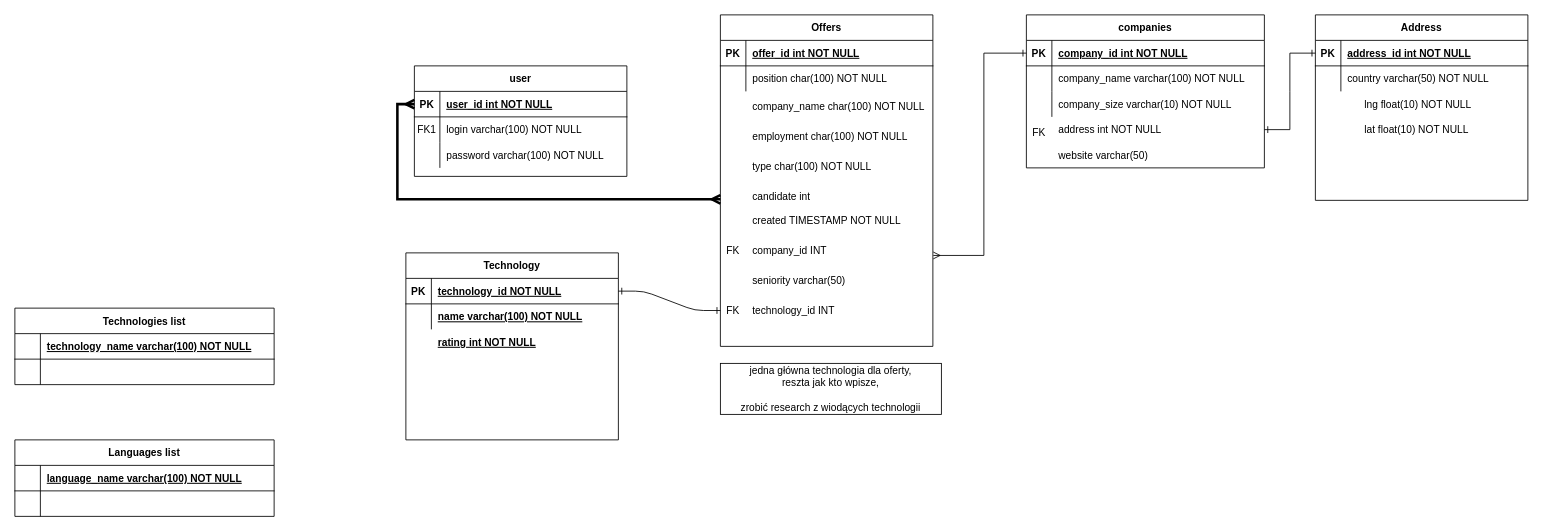
Above: schema/db.drawio in Future-Developers-Lab/Skill-Up (draw.io), before the change. Source tidied: cells renumbered, new cells numbered last; positions are measured from the earlier drawing's top-left corner, leaving out a move shared by most shapes. Both pictures are drawn from the tidied source at 85%, with x=0, y=0 at pixel (14, 14).
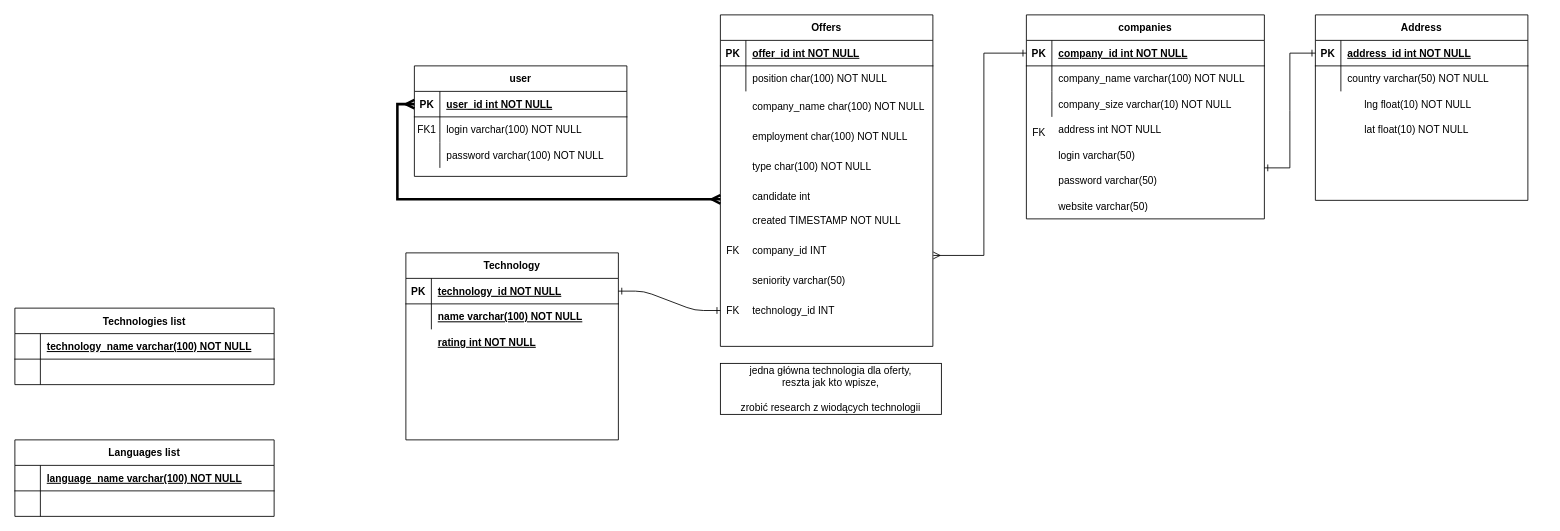
The same page after the edit.

Unchanged cells that the change refers to:
```xml
<mxCell id="95" style="shape=partialRectangle;fillColor=none;top=0;left=0;right=0;bottom=0;" parent="1" vertex="1">
  <mxGeometry x="1190" y="150" width="280" height="30" as="geometry" />
</mxCell>
```

Change to the diagram source:
```diff
@@
     <mxCell id="77" value="companies" style="shape=table;startSize=30;childLayout=tableLayout;rowLines=0;fontStyle=1;align=center;" parent="1" vertex="1">
-      <mxGeometry x="1190" width="280" height="180" as="geometry" />
+      <mxGeometry x="1190" width="280" height="240" as="geometry" />
     </mxCell>
@@
-    <mxCell id="97" value="website varchar(50)" style="shape=partialRectangle;overflow=hidden;fillColor=none;top=0;left=0;bottom=0;right=0;align=left;spacingLeft=6;" parent="95" vertex="1">
+    <mxCell id="97" value="login varchar(50)" style="shape=partialRectangle;overflow=hidden;fillColor=none;top=0;left=0;bottom=0;right=0;align=left;spacingLeft=6;" parent="95" vertex="1">
       <mxGeometry x="30" width="250" height="30" as="geometry" />
     </mxCell>
@@
+    <mxCell id="112" style="shape=partialRectangle;fillColor=none;top=0;left=0;right=0;bottom=0;" parent="1" vertex="1">
+      <mxGeometry x="1190" y="180" width="280" height="30" as="geometry" />
+    </mxCell>
+    <mxCell id="113" style="shape=partialRectangle;overflow=hidden;fillColor=none;top=0;left=0;bottom=0;right=0;" parent="112" vertex="1">
+      <mxGeometry width="30" height="30" as="geometry" />
+    </mxCell>
+    <mxCell id="114" value="password varchar(50)" style="shape=partialRectangle;overflow=hidden;fillColor=none;top=0;left=0;bottom=0;right=0;align=left;spacingLeft=6;" parent="112" vertex="1">
+      <mxGeometry x="30" width="250" height="30" as="geometry" />
+    </mxCell>
+    <mxCell id="115" style="shape=partialRectangle;fillColor=none;top=0;left=0;right=0;bottom=0;" parent="1" vertex="1">
+      <mxGeometry x="1190" y="210" width="280" height="30" as="geometry" />
+    </mxCell>
+    <mxCell id="116" style="shape=partialRectangle;overflow=hidden;fillColor=none;top=0;left=0;bottom=0;right=0;" parent="115" vertex="1">
+      <mxGeometry width="30" height="30" as="geometry" />
+    </mxCell>
+    <mxCell id="117" value="website varchar(50)" style="shape=partialRectangle;overflow=hidden;fillColor=none;top=0;left=0;bottom=0;right=0;align=left;spacingLeft=6;" parent="115" vertex="1">
+      <mxGeometry x="30" width="250" height="30" as="geometry" />
+    </mxCell>
```
